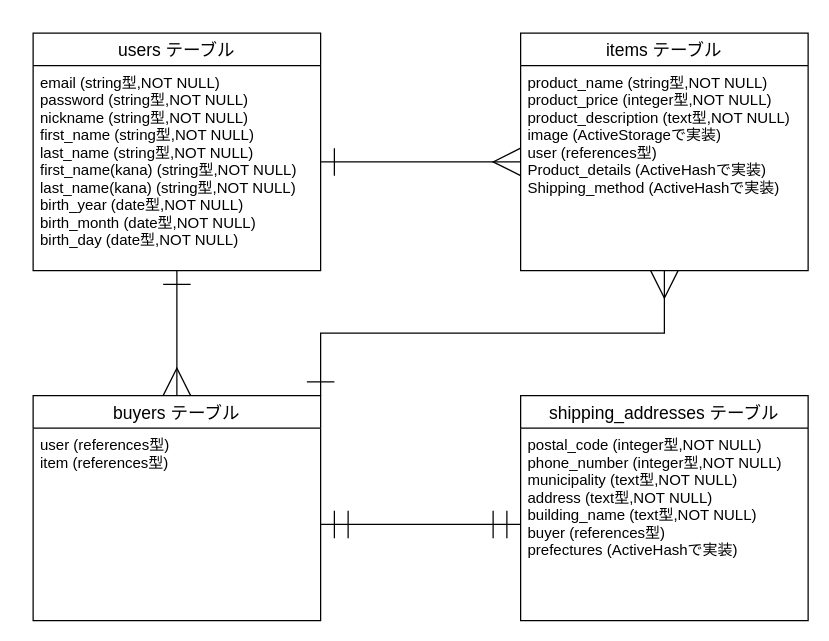
Earlier version of the draw.io diagram .dio (YamadaMasao-3d/furima-32042). Source tidied: cells renumbered, new cells numbered last; positions are measured from the earlier drawing's top-left corner, leaving out a move shared by most shapes. Both pictures are drawn from the tidied source at 125%, with x=0, y=0 at pixel (32, 32).
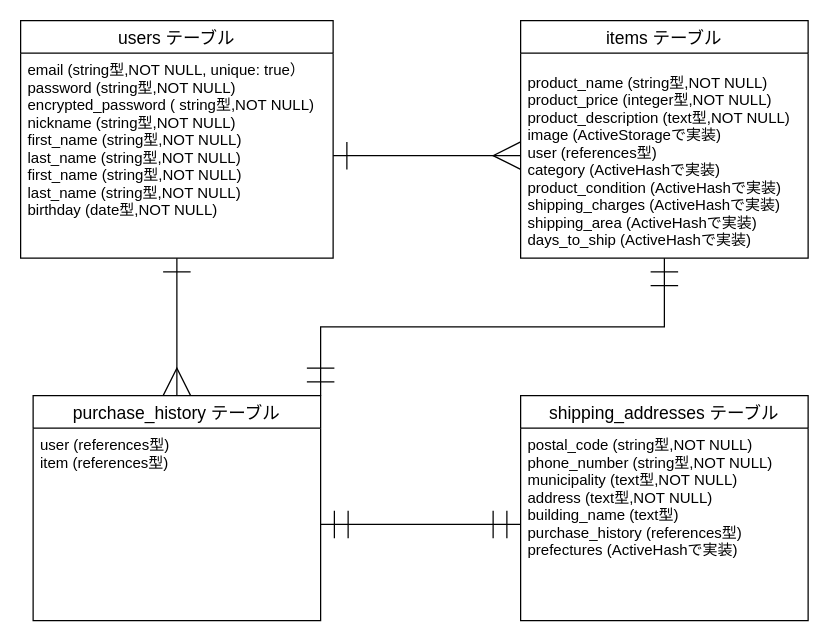
The same page after the edit.

Commit message (it also covers changes not shown here):
ER図&README修正(1回目)

Diff of the diagram source:
```diff
@@
 <mxGraphModel>
   <root>
     <mxCell id="0" />
     <mxCell id="1" parent="0" />
     <mxCell id="2" style="edgeStyle=orthogonalEdgeStyle;rounded=0;jettySize=auto;html=1;exitX=0.5;exitY=1;exitDx=0;exitDy=0;entryX=0.5;entryY=0;entryDx=0;entryDy=0;startArrow=ERone;startFill=0;startSize=20;endArrow=ERmany;endFill=0;endSize=20;strokeWidth=1;" parent="1" edge="1" source="3" target="9">
-      <mxGeometry relative="1" as="geometry" />
+      <mxGeometry relative="1" as="geometry">
+        <Array as="points">
+          <mxPoint x="115" y="220" />
+          <mxPoint x="115" y="220" />
+        </Array>
+      </mxGeometry>
     </mxCell>
-    <mxCell id="3" value="users テーブル" style="swimlane;fontStyle=0;horizontal=1;startSize=26;align=center;fontSize=14;" parent="1" vertex="1">
-      <mxGeometry width="230" height="190" as="geometry" />
-    </mxCell>
-    <mxCell id="4" style="edgeStyle=orthogonalEdgeStyle;rounded=0;jettySize=auto;html=1;exitX=1;exitY=0.5;exitDx=0;exitDy=0;entryX=0;entryY=0.5;entryDx=0;entryDy=0;startArrow=ERone;startFill=0;endArrow=ERmany;endFill=0;endSize=20;startSize=20;" parent="1" edge="1" source="5" target="8">
-      <mxGeometry relative="1" as="geometry" />
-    </mxCell>
-    <mxCell id="5" value="email (string型,NOT NULL)&#10;password (string型,NOT NULL)&#10;nickname (string型,NOT NULL)&#10;first_name (string型,NOT NULL)&#10;last_name (string型,NOT NULL)&#10;first_name(kana) (string型,NOT NULL)&#10;last_name(kana) (string型,NOT NULL)&#10;birth_year (date型,NOT NULL)&#10;birth_month (date型,NOT NULL)&#10;birth_day (date型,NOT NULL)" style="text;strokeColor=none;fillColor=none;spacingLeft=4;spacingRight=4;overflow=hidden;points=[[0,0.5],[1,0.5]];portConstraint=eastwest;fontSize=12;" parent="1" vertex="1">
-      <mxGeometry y="26" width="230" height="154" as="geometry" />
-    </mxCell>
-    <mxCell id="6" style="edgeStyle=orthogonalEdgeStyle;rounded=0;jettySize=auto;html=1;entryX=1;entryY=0;entryDx=0;entryDy=0;startArrow=ERmany;startFill=0;startSize=20;endArrow=ERone;endFill=0;endSize=20;strokeWidth=1;exitX=0.5;exitY=1;exitDx=0;exitDy=0;" parent="1" edge="1" source="7" target="9">
+    <mxCell id="6" style="edgeStyle=orthogonalEdgeStyle;rounded=0;jettySize=auto;html=1;entryX=1;entryY=0;entryDx=0;entryDy=0;startArrow=ERmandOne;startFill=0;startSize=20;endArrow=ERmandOne;endFill=0;endSize=20;strokeWidth=1;exitX=0.5;exitY=1;exitDx=0;exitDy=0;" parent="1" edge="1" source="7" target="9">
       <mxGeometry relative="1" as="geometry" />
     </mxCell>
-    <mxCell id="7" value="items テーブル" style="swimlane;fontStyle=0;horizontal=1;startSize=26;align=center;fontSize=14;" parent="1" vertex="1">
-      <mxGeometry x="390" width="230" height="190" as="geometry" />
-    </mxCell>
-    <mxCell id="8" value="product_name (string型,NOT NULL)&#10;product_price (integer型,NOT NULL)&#10;product_description (text型,NOT NULL)&#10;image (ActiveStorageで実装)&#10;user (references型)&#10;Product_details (ActiveHashで実装)&#10;Shipping_method (ActiveHashで実装)" style="text;strokeColor=none;fillColor=none;spacingLeft=4;spacingRight=4;overflow=hidden;points=[[0,0.5],[1,0.5]];portConstraint=eastwest;fontSize=12;" parent="1" vertex="1">
+    <mxCell id="8" value="product_name (string型,NOT NULL)&#10;product_price (integer型,NOT NULL)&#10;product_description (text型,NOT NULL)&#10;image (ActiveStorageで実装)&#10;user (references型)&#10;category (ActiveHashで実装)&#10;product_condition (ActiveHashで実装)&#10;shipping_charges (ActiveHashで実装)&#10;shipping_area (ActiveHashで実装)&#10;days_to_ship (ActiveHashで実装)" style="text;strokeColor=none;fillColor=none;spacingLeft=4;spacingRight=4;overflow=hidden;points=[[0,0.5],[1,0.5]];portConstraint=eastwest;fontSize=12;" parent="1" vertex="1">
       <mxGeometry x="390" y="26" width="230" height="154" as="geometry" />
     </mxCell>
-    <mxCell id="9" value="buyers テーブル" style="swimlane;fontStyle=0;horizontal=1;startSize=26;align=center;fontSize=14;" parent="1" vertex="1">
+    <mxCell id="9" value="purchase_history テーブル" style="swimlane;fontStyle=0;horizontal=1;startSize=26;align=center;fontSize=14;" parent="1" vertex="1">
       <mxGeometry y="290" width="230" height="180" as="geometry" />
     </mxCell>
     <mxCell id="10" value="user (references型)&#10;item (references型)" style="text;strokeColor=none;fillColor=none;spacingLeft=4;spacingRight=4;overflow=hidden;points=[[0,0.5],[1,0.5]];portConstraint=eastwest;fontSize=12;" parent="9" vertex="1">
       <mxGeometry y="26" width="230" height="154" as="geometry" />
     </mxCell>
     <mxCell id="11" value="shipping_addresses テーブル" style="swimlane;fontStyle=0;horizontal=1;startSize=26;align=center;fontSize=14;" parent="1" vertex="1">
       <mxGeometry x="390" y="290" width="230" height="180" as="geometry" />
     </mxCell>
-    <mxCell id="12" value="postal_code (integer型,NOT NULL)&#10;phone_number (integer型,NOT NULL)&#10;municipality (text型,NOT NULL)&#10;address (text型,NOT NULL)&#10;building_name (text型,NOT NULL)&#10;buyer (references型)&#10;prefectures (ActiveHashで実装)" style="text;strokeColor=none;fillColor=none;spacingLeft=4;spacingRight=4;overflow=hidden;points=[[0,0.5],[1,0.5]];portConstraint=eastwest;fontSize=12;" parent="11" vertex="1">
+    <mxCell id="12" value="postal_code (string型,NOT NULL)&#10;phone_number (string型,NOT NULL)&#10;municipality (text型,NOT NULL)&#10;address (text型,NOT NULL)&#10;building_name (text型)&#10;purchase_history (references型)&#10;prefectures (ActiveHashで実装)" style="text;strokeColor=none;fillColor=none;spacingLeft=4;spacingRight=4;overflow=hidden;points=[[0,0.5],[1,0.5]];portConstraint=eastwest;fontSize=12;" parent="11" vertex="1">
       <mxGeometry y="26" width="230" height="154" as="geometry" />
     </mxCell>
     <mxCell id="13" style="edgeStyle=orthogonalEdgeStyle;rounded=0;jettySize=auto;html=1;exitX=1;exitY=0.5;exitDx=0;exitDy=0;entryX=0;entryY=0.5;entryDx=0;entryDy=0;startArrow=ERmandOne;startFill=0;startSize=20;endArrow=ERmandOne;endFill=0;endSize=20;strokeWidth=1;" parent="1" edge="1" source="10" target="12">
       <mxGeometry relative="1" as="geometry" />
     </mxCell>
+    <mxCell id="3" value="users テーブル" style="swimlane;fontStyle=0;horizontal=1;startSize=26;align=center;fontSize=14;" parent="1" vertex="1">
+      <mxGeometry x="-10" y="-10" width="250" height="190" as="geometry" />
+    </mxCell>
+    <mxCell id="5" value="email (string型,NOT NULL, unique: true）&#10;password (string型,NOT NULL)&#10;encrypted_password ( string型,NOT NULL)&#10;nickname (string型,NOT NULL)&#10;first_name (string型,NOT NULL)&#10;last_name (string型,NOT NULL)&#10;first_name (string型,NOT NULL)&#10;last_name (string型,NOT NULL)&#10;birthday (date型,NOT NULL)&#10;" style="text;strokeColor=none;fillColor=none;spacingLeft=4;spacingRight=4;overflow=hidden;points=[[0,0.5],[1,0.5]];portConstraint=eastwest;fontSize=12;" parent="3" vertex="1">
+      <mxGeometry y="26" width="250" height="164" as="geometry" />
+    </mxCell>
+    <mxCell id="7" value="items テーブル" style="swimlane;fontStyle=0;horizontal=1;startSize=26;align=center;fontSize=14;" parent="1" vertex="1">
+      <mxGeometry x="390" y="-10" width="230" height="190" as="geometry" />
+    </mxCell>
+    <mxCell id="14" style="edgeStyle=orthogonalEdgeStyle;rounded=0;jettySize=auto;html=1;exitX=1;exitY=0.5;exitDx=0;exitDy=0;startArrow=ERone;startFill=0;endArrow=ERmany;endFill=0;endSize=20;startSize=20;" parent="1" edge="1" source="5">
+      <mxGeometry relative="1" as="geometry">
+        <mxPoint x="390" y="98" as="targetPoint" />
+      </mxGeometry>
+    </mxCell>
   </root>
 </mxGraphModel>
```
